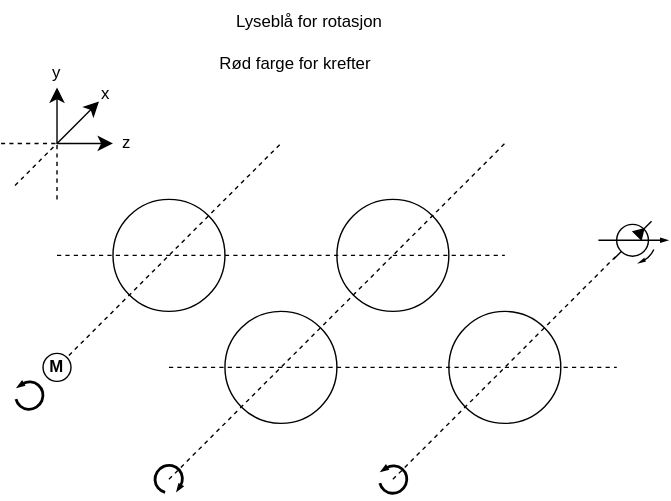
Before: Report_snack_diagrams/Gearbox.drawio.svg, a diagram exported from draw.io (AMLing2/MAS413_Gearbox). Source tidied: cells renumbered, new cells last; positions are measured from the earlier drawing's top-left corner, leaving out a move shared by most shapes. Its diagram source:
```xml
<mxGraphModel>
  <root>
    <mxCell id="0" />
    <mxCell id="1" parent="0" />
    <mxCell id="2" style="ellipse;whiteSpace=wrap;html=1;fillColor=none;" parent="1" vertex="1">
      <mxGeometry x="240" y="142" width="80" height="80" as="geometry" />
    </mxCell>
    <mxCell id="3" style="endArrow=classic;html=1;rounded=0;fontSize=12;startSize=8;endSize=8;curved=1;entryX=0;entryY=1;entryDx=0;entryDy=0;" parent="1" edge="1" target="6">
      <mxGeometry relative="1" as="geometry">
        <mxPoint x="40" y="102" as="sourcePoint" />
      </mxGeometry>
    </mxCell>
    <mxCell id="4" style="endArrow=classic;html=1;rounded=0;fontSize=12;startSize=8;endSize=8;curved=1;" parent="1" edge="1">
      <mxGeometry relative="1" as="geometry">
        <mxPoint x="40" y="102" as="sourcePoint" />
        <mxPoint x="40" y="62" as="targetPoint" />
      </mxGeometry>
    </mxCell>
    <mxCell id="5" style="endArrow=classic;html=1;rounded=0;fontSize=12;startSize=8;endSize=8;curved=1;" parent="1" edge="1">
      <mxGeometry relative="1" as="geometry">
        <mxPoint x="40" y="102" as="sourcePoint" />
        <mxPoint x="80" y="102" as="targetPoint" />
      </mxGeometry>
    </mxCell>
    <mxCell id="6" value="x" style="text;html=1;align=center;verticalAlign=middle;whiteSpace=wrap;rounded=0;" parent="1" vertex="1">
      <mxGeometry x="70" y="62" width="10" height="10" as="geometry" />
    </mxCell>
    <mxCell id="7" value="z" style="text;html=1;align=center;verticalAlign=middle;whiteSpace=wrap;rounded=0;" parent="1" vertex="1">
      <mxGeometry x="80" y="92" width="20" height="20" as="geometry" />
    </mxCell>
    <mxCell id="8" value="y" style="text;html=1;align=center;verticalAlign=middle;whiteSpace=wrap;rounded=0;" parent="1" vertex="1">
      <mxGeometry x="30" y="42" width="20" height="20" as="geometry" />
    </mxCell>
    <mxCell id="9" style="endArrow=none;dashed=1;html=1;rounded=0;fontSize=12;startSize=8;endSize=8;curved=1;" parent="1" edge="1">
      <mxGeometry relative="1" as="geometry">
        <mxPoint y="102" as="sourcePoint" />
        <mxPoint x="40" y="102" as="targetPoint" />
      </mxGeometry>
    </mxCell>
    <mxCell id="10" style="endArrow=none;dashed=1;html=1;rounded=0;fontSize=12;startSize=8;endSize=8;curved=1;" parent="1" edge="1">
      <mxGeometry relative="1" as="geometry">
        <mxPoint x="40" y="142" as="sourcePoint" />
        <mxPoint x="40" y="102" as="targetPoint" />
      </mxGeometry>
    </mxCell>
    <mxCell id="11" style="endArrow=none;dashed=1;html=1;rounded=0;fontSize=12;startSize=8;endSize=8;curved=1;" parent="1" edge="1">
      <mxGeometry relative="1" as="geometry">
        <mxPoint x="10" y="132" as="sourcePoint" />
        <mxPoint x="40" y="102" as="targetPoint" />
      </mxGeometry>
    </mxCell>
    <mxCell id="12" style="ellipse;whiteSpace=wrap;html=1;" parent="1" vertex="1">
      <mxGeometry x="80" y="142" width="80" height="80" as="geometry" />
    </mxCell>
    <mxCell id="13" style="ellipse;whiteSpace=wrap;html=1;fillColor=none;" parent="1" vertex="1">
      <mxGeometry x="160" y="222" width="80" height="80" as="geometry" />
    </mxCell>
    <mxCell id="14" style="ellipse;whiteSpace=wrap;html=1;fillColor=none;" parent="1" vertex="1">
      <mxGeometry x="320" y="222" width="80" height="80" as="geometry" />
    </mxCell>
    <mxCell id="15" style="endArrow=none;dashed=1;html=1;rounded=0;flowAnimation=0;jumpSize=3;jumpStyle=none;" parent="1" edge="1">
      <mxGeometry relative="1" as="geometry">
        <mxPoint x="40" y="182" as="sourcePoint" />
        <mxPoint x="360" y="182" as="targetPoint" />
      </mxGeometry>
    </mxCell>
    <mxCell id="16" style="endArrow=none;dashed=1;html=1;rounded=0;flowAnimation=0;jumpSize=3;jumpStyle=none;" parent="1" edge="1">
      <mxGeometry relative="1" as="geometry">
        <mxPoint x="120" y="262" as="sourcePoint" />
        <mxPoint x="440" y="262" as="targetPoint" />
      </mxGeometry>
    </mxCell>
    <mxCell id="17" style="endArrow=none;dashed=1;html=1;rounded=0;" parent="1" edge="1">
      <mxGeometry relative="1" as="geometry">
        <mxPoint x="40" y="262" as="sourcePoint" />
        <mxPoint x="200" y="102" as="targetPoint" />
      </mxGeometry>
    </mxCell>
    <mxCell id="18" style="verticalLabelPosition=bottom;html=1;verticalAlign=top;strokeWidth=2;shape=mxgraph.lean_mapping.physical_pull;rotation=-135;" parent="1" vertex="1">
      <mxGeometry x="10" y="272" width="20" height="20" as="geometry" />
    </mxCell>
    <mxCell id="19" style="verticalLabelPosition=bottom;html=1;verticalAlign=top;strokeWidth=2;shape=mxgraph.lean_mapping.physical_pull;rotation=-135;direction=west;flipV=1;" parent="1" vertex="1">
      <mxGeometry x="110" y="332" width="20" height="20" as="geometry" />
    </mxCell>
    <mxCell id="20" style="endArrow=none;dashed=1;html=1;rounded=0;" parent="1" edge="1">
      <mxGeometry relative="1" as="geometry">
        <mxPoint x="120" y="342" as="sourcePoint" />
        <mxPoint x="360" y="102" as="targetPoint" />
      </mxGeometry>
    </mxCell>
    <mxCell id="21" style="endArrow=none;dashed=1;html=1;rounded=0;" parent="1" edge="1">
      <mxGeometry relative="1" as="geometry">
        <mxPoint x="280" y="342" as="sourcePoint" />
        <mxPoint x="440" y="182" as="targetPoint" />
      </mxGeometry>
    </mxCell>
    <mxCell id="22" style="verticalLabelPosition=bottom;html=1;verticalAlign=top;strokeWidth=2;shape=mxgraph.lean_mapping.physical_pull;rotation=-135;" parent="1" vertex="1">
      <mxGeometry x="270" y="332" width="20" height="20" as="geometry" />
    </mxCell>
    <mxCell id="23" value="&lt;b&gt;M&lt;/b&gt;" style="ellipse;whiteSpace=wrap;html=1;" parent="1" vertex="1">
      <mxGeometry x="30" y="252" width="20" height="20" as="geometry" />
    </mxCell>
    <mxCell id="24" style="verticalLabelPosition=bottom;html=1;verticalAlign=top;fillColor=strokeColor;align=center;shape=mxgraph.fluid_power.x11230;rotation=45;" parent="1" vertex="1">
      <mxGeometry x="434" y="152" width="34.5" height="38.4" as="geometry" />
    </mxCell>
    <mxCell id="25" value="Lyseblå for rotasjon" style="text;html=1;align=center;verticalAlign=middle;strokeColor=none;fillColor=none;" parent="1" vertex="1">
      <mxGeometry x="155" width="130" height="30" as="geometry" />
    </mxCell>
    <mxCell id="26" value="Rød farge for krefter" style="text;html=1;align=center;verticalAlign=middle;strokeColor=none;fillColor=none;" parent="1" vertex="1">
      <mxGeometry x="145" y="30" width="130" height="30" as="geometry" />
    </mxCell>
  </root>
</mxGraphModel>
```
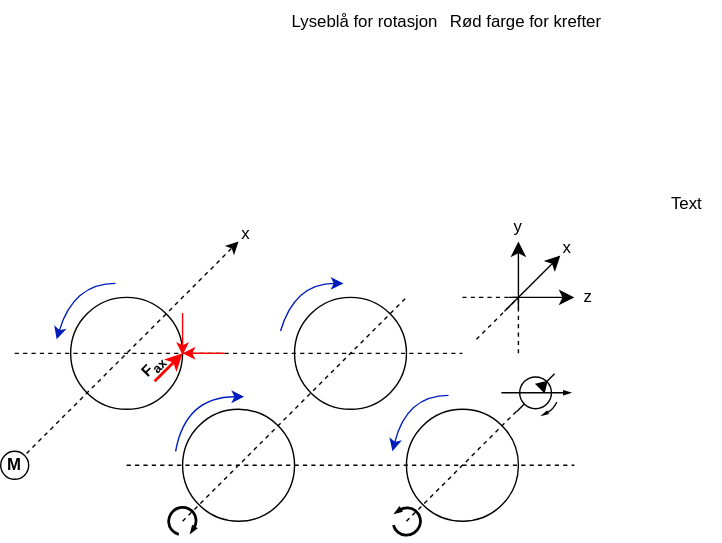
After the change.

What changed in the source:
```diff
@@ -2,112 +2,178 @@
   <root>
     <mxCell id="0" />
     <mxCell id="1" parent="0" />
+    <mxCell id="25" value="Lyseblå for rotasjon" style="text;html=1;align=center;verticalAlign=middle;strokeColor=none;fillColor=none;" parent="1" vertex="1">
+      <mxGeometry x="185" width="130" height="30" as="geometry" />
+    </mxCell>
+    <mxCell id="26" value="Rød farge for krefter" style="text;html=1;align=center;verticalAlign=middle;strokeColor=none;fillColor=none;" parent="1" vertex="1">
+      <mxGeometry x="300" width="130" height="30" as="geometry" />
+    </mxCell>
+    <mxCell id="27" style="group;" parent="1" vertex="1">
+      <mxGeometry x="-10" y="152" width="430" height="234.1" as="geometry" />
+    </mxCell>
+    <mxCell id="12" style="ellipse;whiteSpace=wrap;html=1;fillStyle=dashed;" parent="27" vertex="1">
+      <mxGeometry x="50" y="60" width="80" height="80" as="geometry" />
+    </mxCell>
+    <mxCell id="28" style="endArrow=none;html=1;rounded=0;fontFamily=Helvetica;fontSize=12;fontColor=default;fillColor=#a20025;strokeColor=#FF0000;startArrow=classic;startFill=1;strokeWidth=2;" parent="27" edge="1">
+      <mxGeometry relative="1" as="geometry">
+        <mxPoint x="130" y="100" as="sourcePoint" />
+        <mxPoint x="110" y="120" as="targetPoint" />
+      </mxGeometry>
+    </mxCell>
+    <mxCell id="29" value="&lt;font style=&quot;font-size: 11px;&quot;&gt;&lt;b style=&quot;&quot;&gt;F&lt;sub style=&quot;&quot;&gt;ax&lt;/sub&gt;&lt;/b&gt;&lt;/font&gt;" style="text;html=1;align=center;verticalAlign=middle;strokeColor=none;fillColor=none;fontFamily=Helvetica;fontSize=12;fontColor=default;rotation=-45;strokeWidth=11;perimeterSpacing=6;" parent="27" vertex="1">
+      <mxGeometry x="89" y="95" width="40" height="30" as="geometry" />
+    </mxCell>
-    <mxCell id="2" style="ellipse;whiteSpace=wrap;html=1;fillColor=none;" parent="1" vertex="1">
-      <mxGeometry x="240" y="142" width="80" height="80" as="geometry" />
+    <mxCell id="2" style="ellipse;whiteSpace=wrap;html=1;fillColor=none;" parent="27" vertex="1">
+      <mxGeometry x="210" y="60" width="80" height="80" as="geometry" />
     </mxCell>
+    <mxCell id="13" style="ellipse;whiteSpace=wrap;html=1;fillColor=none;" parent="27" vertex="1">
+      <mxGeometry x="130" y="140" width="80" height="80" as="geometry" />
+    </mxCell>
+    <mxCell id="14" style="ellipse;whiteSpace=wrap;html=1;fillColor=none;" parent="27" vertex="1">
+      <mxGeometry x="290" y="140" width="80" height="80" as="geometry" />
+    </mxCell>
+    <mxCell id="15" style="endArrow=none;dashed=1;html=1;rounded=0;flowAnimation=0;jumpSize=3;jumpStyle=none;" parent="27" edge="1">
+      <mxGeometry relative="1" as="geometry">
+        <mxPoint x="10" y="100" as="sourcePoint" />
+        <mxPoint x="330" y="100" as="targetPoint" />
+      </mxGeometry>
+    </mxCell>
+    <mxCell id="16" style="endArrow=none;dashed=1;html=1;rounded=0;flowAnimation=0;jumpSize=3;jumpStyle=none;" parent="27" edge="1">
+      <mxGeometry relative="1" as="geometry">
+        <mxPoint x="90" y="180" as="sourcePoint" />
+        <mxPoint x="410" y="180" as="targetPoint" />
+      </mxGeometry>
+    </mxCell>
+    <mxCell id="17" style="endArrow=classic;dashed=1;html=1;rounded=0;endFill=1;" parent="27" edge="1">
+      <mxGeometry relative="1" as="geometry">
+        <mxPoint x="10" y="180" as="sourcePoint" />
+        <mxPoint x="170" y="20" as="targetPoint" />
+      </mxGeometry>
+    </mxCell>
+    <mxCell id="19" style="verticalLabelPosition=bottom;html=1;verticalAlign=top;strokeWidth=2;shape=mxgraph.lean_mapping.physical_pull;rotation=-135;direction=west;flipV=1;" parent="27" vertex="1">
+      <mxGeometry x="120" y="210" width="20" height="20" as="geometry" />
+    </mxCell>
+    <mxCell id="20" style="endArrow=none;dashed=1;html=1;rounded=0;" parent="27" edge="1">
+      <mxGeometry relative="1" as="geometry">
+        <mxPoint x="130" y="220" as="sourcePoint" />
+        <mxPoint x="290" y="60" as="targetPoint" />
+      </mxGeometry>
+    </mxCell>
+    <mxCell id="21" style="endArrow=none;dashed=1;html=1;rounded=0;" parent="27" edge="1">
+      <mxGeometry relative="1" as="geometry">
+        <mxPoint x="290" y="220" as="sourcePoint" />
+        <mxPoint x="370" y="140" as="targetPoint" />
+      </mxGeometry>
+    </mxCell>
+    <mxCell id="22" style="verticalLabelPosition=bottom;html=1;verticalAlign=top;strokeWidth=2;shape=mxgraph.lean_mapping.physical_pull;rotation=-135;" parent="27" vertex="1">
+      <mxGeometry x="280" y="210" width="20" height="20" as="geometry" />
+    </mxCell>
+    <mxCell id="23" value="&lt;b&gt;M&lt;/b&gt;" style="ellipse;whiteSpace=wrap;html=1;" parent="27" vertex="1">
+      <mxGeometry y="170" width="20" height="20" as="geometry" />
+    </mxCell>
+    <mxCell id="24" style="verticalLabelPosition=bottom;html=1;verticalAlign=top;fillColor=strokeColor;align=center;shape=mxgraph.fluid_power.x11230;rotation=45;" parent="27" vertex="1">
+      <mxGeometry x="365" y="109" width="34.5" height="38.4" as="geometry" />
+    </mxCell>
+    <mxCell id="30" value="x" style="text;html=1;align=center;verticalAlign=middle;strokeColor=none;fillColor=none;fontFamily=Helvetica;fontSize=12;fontColor=default;" parent="27" vertex="1">
+      <mxGeometry x="160" width="30" height="30" as="geometry" />
+    </mxCell>
+    <mxCell id="31" style="endArrow=classic;html=1;rounded=0;fontFamily=Helvetica;fontSize=12;fontColor=default;curved=1;spacingTop=0;spacingLeft=0;strokeWidth=1;fillColor=#0050ef;strokeColor=#001DBC;" parent="27" edge="1">
+      <mxGeometry relative="1" as="geometry">
+        <mxPoint x="200" y="84" as="sourcePoint" />
+        <mxPoint x="245" y="50" as="targetPoint" />
+        <Array as="points">
+          <mxPoint x="210" y="50" />
+        </Array>
+      </mxGeometry>
+    </mxCell>
+    <mxCell id="32" style="endArrow=classic;html=1;rounded=0;fontFamily=Helvetica;fontSize=12;fontColor=default;curved=1;spacingTop=0;spacingLeft=0;strokeWidth=1;fillColor=#0050ef;strokeColor=#001DBC;" parent="27" edge="1">
+      <mxGeometry relative="1" as="geometry">
+        <mxPoint x="125" y="170" as="sourcePoint" />
+        <mxPoint x="174" y="131" as="targetPoint" />
+        <Array as="points">
+          <mxPoint x="132" y="131" />
+        </Array>
+      </mxGeometry>
+    </mxCell>
+    <mxCell id="33" style="endArrow=none;html=1;rounded=0;fontFamily=Helvetica;fontSize=12;fontColor=default;curved=1;spacingTop=0;spacingLeft=0;strokeWidth=1;fillColor=#0050ef;strokeColor=#001DBC;startArrow=classic;startFill=1;" parent="27" edge="1">
+      <mxGeometry relative="1" as="geometry">
+        <mxPoint x="40" y="90" as="sourcePoint" />
+        <mxPoint x="82" y="50" as="targetPoint" />
+        <Array as="points">
+          <mxPoint x="52" y="50" />
+        </Array>
+      </mxGeometry>
+    </mxCell>
+    <mxCell id="34" style="endArrow=none;html=1;rounded=0;fontFamily=Helvetica;fontSize=12;fontColor=default;curved=1;spacingTop=0;spacingLeft=0;strokeWidth=1;fillColor=#0050ef;strokeColor=#001DBC;startArrow=classic;startFill=1;" parent="27" edge="1">
+      <mxGeometry relative="1" as="geometry">
+        <mxPoint x="280" y="170" as="sourcePoint" />
+        <mxPoint x="320" y="130" as="targetPoint" />
+        <Array as="points">
+          <mxPoint x="290" y="130" />
+        </Array>
+      </mxGeometry>
+    </mxCell>
+    <mxCell id="35" style="endArrow=classic;html=1;rounded=0;fontFamily=Helvetica;fontSize=12;fontColor=default;entryX=1;entryY=0.5;entryDx=0;entryDy=0;fillColor=#a20025;strokeColor=#FF0000;" parent="27" edge="1">
+      <mxGeometry relative="1" as="geometry">
+        <mxPoint x="160" y="99.9" as="sourcePoint" />
+        <mxPoint x="130" y="99.9" as="targetPoint" />
+      </mxGeometry>
+    </mxCell>
+    <mxCell id="36" style="endArrow=classic;html=1;rounded=0;fontFamily=Helvetica;fontSize=12;fontColor=default;fillColor=#a20025;strokeColor=#FF0000;startArrow=none;startFill=0;endFill=1;" parent="27" edge="1">
+      <mxGeometry relative="1" as="geometry">
+        <mxPoint x="130" y="71.2" as="sourcePoint" />
+        <mxPoint x="130" y="101.2" as="targetPoint" />
+      </mxGeometry>
+    </mxCell>
+    <mxCell id="37" style="group;" parent="27" vertex="1">
+      <mxGeometry x="330" width="100" height="100" as="geometry" />
+    </mxCell>
-    <mxCell id="3" style="endArrow=classic;html=1;rounded=0;fontSize=12;startSize=8;endSize=8;curved=1;entryX=0;entryY=1;entryDx=0;entryDy=0;" parent="1" edge="1" target="6">
+    <mxCell id="3" style="endArrow=classic;html=1;rounded=0;fontSize=12;startSize=8;endSize=8;curved=1;entryX=0;entryY=1;entryDx=0;entryDy=0;" parent="37" edge="1" target="6">
       <mxGeometry relative="1" as="geometry">
-        <mxPoint x="40" y="102" as="sourcePoint" />
+        <mxPoint x="30" y="70" as="sourcePoint" />
       </mxGeometry>
     </mxCell>
-    <mxCell id="4" style="endArrow=classic;html=1;rounded=0;fontSize=12;startSize=8;endSize=8;curved=1;" parent="1" edge="1">
+    <mxCell id="4" style="endArrow=classic;html=1;rounded=0;fontSize=12;startSize=8;endSize=8;curved=1;" parent="37" edge="1">
       <mxGeometry relative="1" as="geometry">
-        <mxPoint x="40" y="102" as="sourcePoint" />
-        <mxPoint x="40" y="62" as="targetPoint" />
+        <mxPoint x="40" y="68" as="sourcePoint" />
+        <mxPoint x="40" y="20" as="targetPoint" />
       </mxGeometry>
     </mxCell>
-    <mxCell id="5" style="endArrow=classic;html=1;rounded=0;fontSize=12;startSize=8;endSize=8;curved=1;" parent="1" edge="1">
+    <mxCell id="5" style="endArrow=classic;html=1;rounded=0;fontSize=12;startSize=8;endSize=8;curved=1;" parent="37" edge="1">
       <mxGeometry relative="1" as="geometry">
-        <mxPoint x="40" y="102" as="sourcePoint" />
-        <mxPoint x="80" y="102" as="targetPoint" />
+        <mxPoint x="33" y="60" as="sourcePoint" />
+        <mxPoint x="80" y="60" as="targetPoint" />
       </mxGeometry>
     </mxCell>
-    <mxCell id="6" value="x" style="text;html=1;align=center;verticalAlign=middle;whiteSpace=wrap;rounded=0;" parent="1" vertex="1">
-      <mxGeometry x="70" y="62" width="10" height="10" as="geometry" />
+    <mxCell id="6" value="x" style="text;html=1;align=center;verticalAlign=middle;whiteSpace=wrap;rounded=0;" parent="37" vertex="1">
+      <mxGeometry x="70" y="20" width="10" height="10" as="geometry" />
     </mxCell>
-    <mxCell id="7" value="z" style="text;html=1;align=center;verticalAlign=middle;whiteSpace=wrap;rounded=0;" parent="1" vertex="1">
-      <mxGeometry x="80" y="92" width="20" height="20" as="geometry" />
+    <mxCell id="7" value="z" style="text;html=1;align=center;verticalAlign=middle;whiteSpace=wrap;rounded=0;" parent="37" vertex="1">
+      <mxGeometry x="80" y="50" width="20" height="20" as="geometry" />
     </mxCell>
-    <mxCell id="8" value="y" style="text;html=1;align=center;verticalAlign=middle;whiteSpace=wrap;rounded=0;" parent="1" vertex="1">
-      <mxGeometry x="30" y="42" width="20" height="20" as="geometry" />
+    <mxCell id="8" value="y" style="text;html=1;align=center;verticalAlign=middle;whiteSpace=wrap;rounded=0;" parent="37" vertex="1">
+      <mxGeometry x="30" width="20" height="20" as="geometry" />
     </mxCell>
-    <mxCell id="9" style="endArrow=none;dashed=1;html=1;rounded=0;fontSize=12;startSize=8;endSize=8;curved=1;" parent="1" edge="1">
+    <mxCell id="9" style="endArrow=none;dashed=1;html=1;rounded=0;fontSize=12;startSize=8;endSize=8;curved=1;" parent="37" edge="1">
       <mxGeometry relative="1" as="geometry">
-        <mxPoint y="102" as="sourcePoint" />
-        <mxPoint x="40" y="102" as="targetPoint" />
+        <mxPoint y="60" as="sourcePoint" />
+        <mxPoint x="40" y="60" as="targetPoint" />
       </mxGeometry>
     </mxCell>
-    <mxCell id="10" style="endArrow=none;dashed=1;html=1;rounded=0;fontSize=12;startSize=8;endSize=8;curved=1;" parent="1" edge="1">
+    <mxCell id="10" style="endArrow=none;dashed=1;html=1;rounded=0;fontSize=12;startSize=8;endSize=8;curved=1;" parent="37" edge="1">
       <mxGeometry relative="1" as="geometry">
-        <mxPoint x="40" y="142" as="sourcePoint" />
-        <mxPoint x="40" y="102" as="targetPoint" />
+        <mxPoint x="40" y="100" as="sourcePoint" />
+        <mxPoint x="40" y="60" as="targetPoint" />
       </mxGeometry>
     </mxCell>
-    <mxCell id="11" style="endArrow=none;dashed=1;html=1;rounded=0;fontSize=12;startSize=8;endSize=8;curved=1;" parent="1" edge="1">
+    <mxCell id="11" style="endArrow=none;dashed=1;html=1;rounded=0;fontSize=12;startSize=8;endSize=8;curved=1;" parent="37" edge="1">
       <mxGeometry relative="1" as="geometry">
-        <mxPoint x="10" y="132" as="sourcePoint" />
-        <mxPoint x="40" y="102" as="targetPoint" />
+        <mxPoint x="10" y="90" as="sourcePoint" />
+        <mxPoint x="40" y="60" as="targetPoint" />
       </mxGeometry>
     </mxCell>
-    <mxCell id="12" style="ellipse;whiteSpace=wrap;html=1;" parent="1" vertex="1">
-      <mxGeometry x="80" y="142" width="80" height="80" as="geometry" />
-    </mxCell>
-    <mxCell id="13" style="ellipse;whiteSpace=wrap;html=1;fillColor=none;" parent="1" vertex="1">
-      <mxGeometry x="160" y="222" width="80" height="80" as="geometry" />
-    </mxCell>
-    <mxCell id="14" style="ellipse;whiteSpace=wrap;html=1;fillColor=none;" parent="1" vertex="1">
-      <mxGeometry x="320" y="222" width="80" height="80" as="geometry" />
-    </mxCell>
-    <mxCell id="15" style="endArrow=none;dashed=1;html=1;rounded=0;flowAnimation=0;jumpSize=3;jumpStyle=none;" parent="1" edge="1">
-      <mxGeometry relative="1" as="geometry">
-        <mxPoint x="40" y="182" as="sourcePoint" />
-        <mxPoint x="360" y="182" as="targetPoint" />
-      </mxGeometry>
-    </mxCell>
-    <mxCell id="16" style="endArrow=none;dashed=1;html=1;rounded=0;flowAnimation=0;jumpSize=3;jumpStyle=none;" parent="1" edge="1">
-      <mxGeometry relative="1" as="geometry">
-        <mxPoint x="120" y="262" as="sourcePoint" />
-        <mxPoint x="440" y="262" as="targetPoint" />
-      </mxGeometry>
-    </mxCell>
-    <mxCell id="17" style="endArrow=none;dashed=1;html=1;rounded=0;" parent="1" edge="1">
-      <mxGeometry relative="1" as="geometry">
-        <mxPoint x="40" y="262" as="sourcePoint" />
-        <mxPoint x="200" y="102" as="targetPoint" />
-      </mxGeometry>
-    </mxCell>
-    <mxCell id="18" style="verticalLabelPosition=bottom;html=1;verticalAlign=top;strokeWidth=2;shape=mxgraph.lean_mapping.physical_pull;rotation=-135;" parent="1" vertex="1">
-      <mxGeometry x="10" y="272" width="20" height="20" as="geometry" />
-    </mxCell>
-    <mxCell id="19" style="verticalLabelPosition=bottom;html=1;verticalAlign=top;strokeWidth=2;shape=mxgraph.lean_mapping.physical_pull;rotation=-135;direction=west;flipV=1;" parent="1" vertex="1">
-      <mxGeometry x="110" y="332" width="20" height="20" as="geometry" />
-    </mxCell>
-    <mxCell id="20" style="endArrow=none;dashed=1;html=1;rounded=0;" parent="1" edge="1">
-      <mxGeometry relative="1" as="geometry">
-        <mxPoint x="120" y="342" as="sourcePoint" />
-        <mxPoint x="360" y="102" as="targetPoint" />
-      </mxGeometry>
-    </mxCell>
-    <mxCell id="21" style="endArrow=none;dashed=1;html=1;rounded=0;" parent="1" edge="1">
-      <mxGeometry relative="1" as="geometry">
-        <mxPoint x="280" y="342" as="sourcePoint" />
-        <mxPoint x="440" y="182" as="targetPoint" />
-      </mxGeometry>
-    </mxCell>
-    <mxCell id="22" style="verticalLabelPosition=bottom;html=1;verticalAlign=top;strokeWidth=2;shape=mxgraph.lean_mapping.physical_pull;rotation=-135;" parent="1" vertex="1">
-      <mxGeometry x="270" y="332" width="20" height="20" as="geometry" />
-    </mxCell>
-    <mxCell id="23" value="&lt;b&gt;M&lt;/b&gt;" style="ellipse;whiteSpace=wrap;html=1;" parent="1" vertex="1">
-      <mxGeometry x="30" y="252" width="20" height="20" as="geometry" />
-    </mxCell>
-    <mxCell id="24" style="verticalLabelPosition=bottom;html=1;verticalAlign=top;fillColor=strokeColor;align=center;shape=mxgraph.fluid_power.x11230;rotation=45;" parent="1" vertex="1">
-      <mxGeometry x="434" y="152" width="34.5" height="38.4" as="geometry" />
-    </mxCell>
-    <mxCell id="25" value="Lyseblå for rotasjon" style="text;html=1;align=center;verticalAlign=middle;strokeColor=none;fillColor=none;" parent="1" vertex="1">
-      <mxGeometry x="155" width="130" height="30" as="geometry" />
-    </mxCell>
-    <mxCell id="26" value="Rød farge for krefter" style="text;html=1;align=center;verticalAlign=middle;strokeColor=none;fillColor=none;" parent="1" vertex="1">
-      <mxGeometry x="145" y="30" width="130" height="30" as="geometry" />
-    </mxCell>
+    <mxCell id="38" value="Text" style="text;html=1;align=center;verticalAlign=middle;strokeColor=none;fillColor=none;" parent="1" vertex="1">
+      <mxGeometry x="455" y="130" width="50" height="30" as="geometry" />
+    </mxCell>
   </root>
 </mxGraphModel>
```
